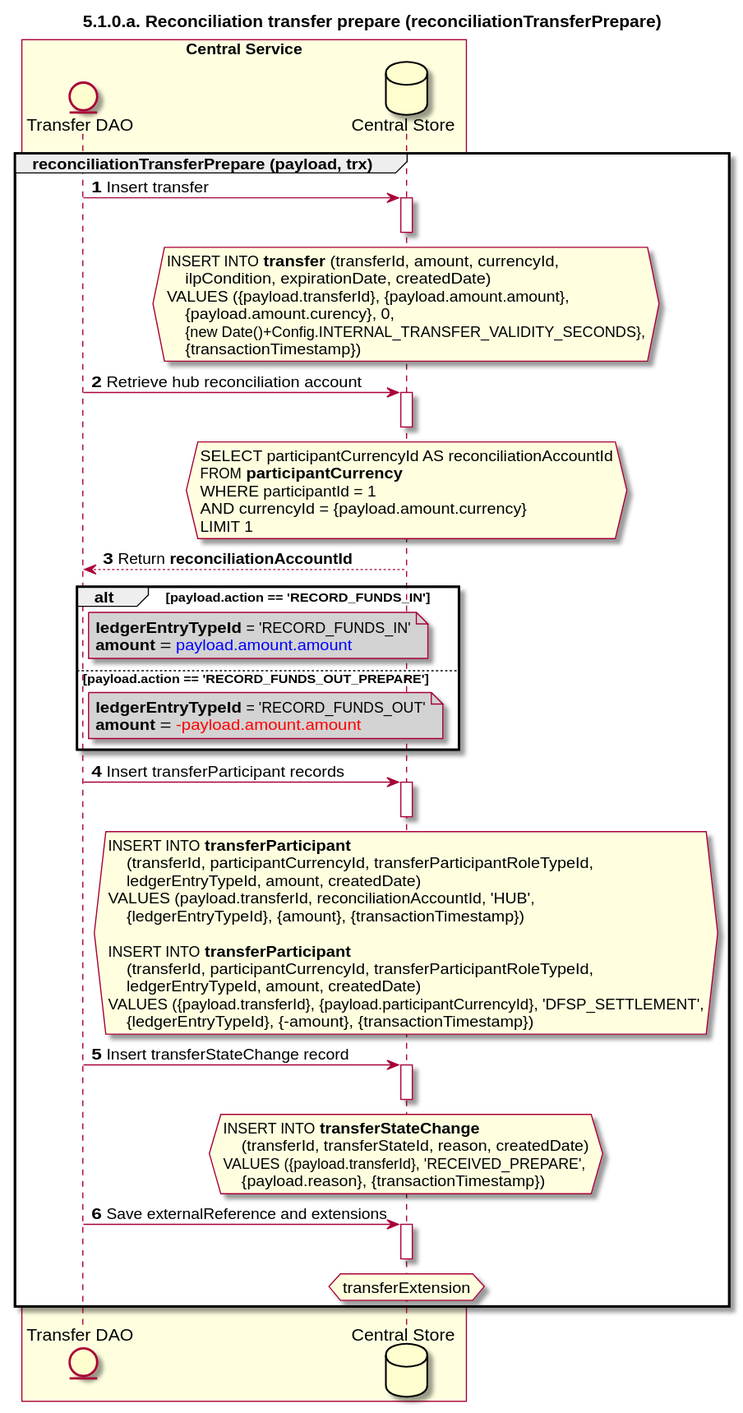
ggrg/docs keeps this PlantUML diagram as Diagrams/SequenceDiagrams/seq-recfunds-5.1.0.a-reconciliationTransferPrepare.svg. Above is the earlier version.
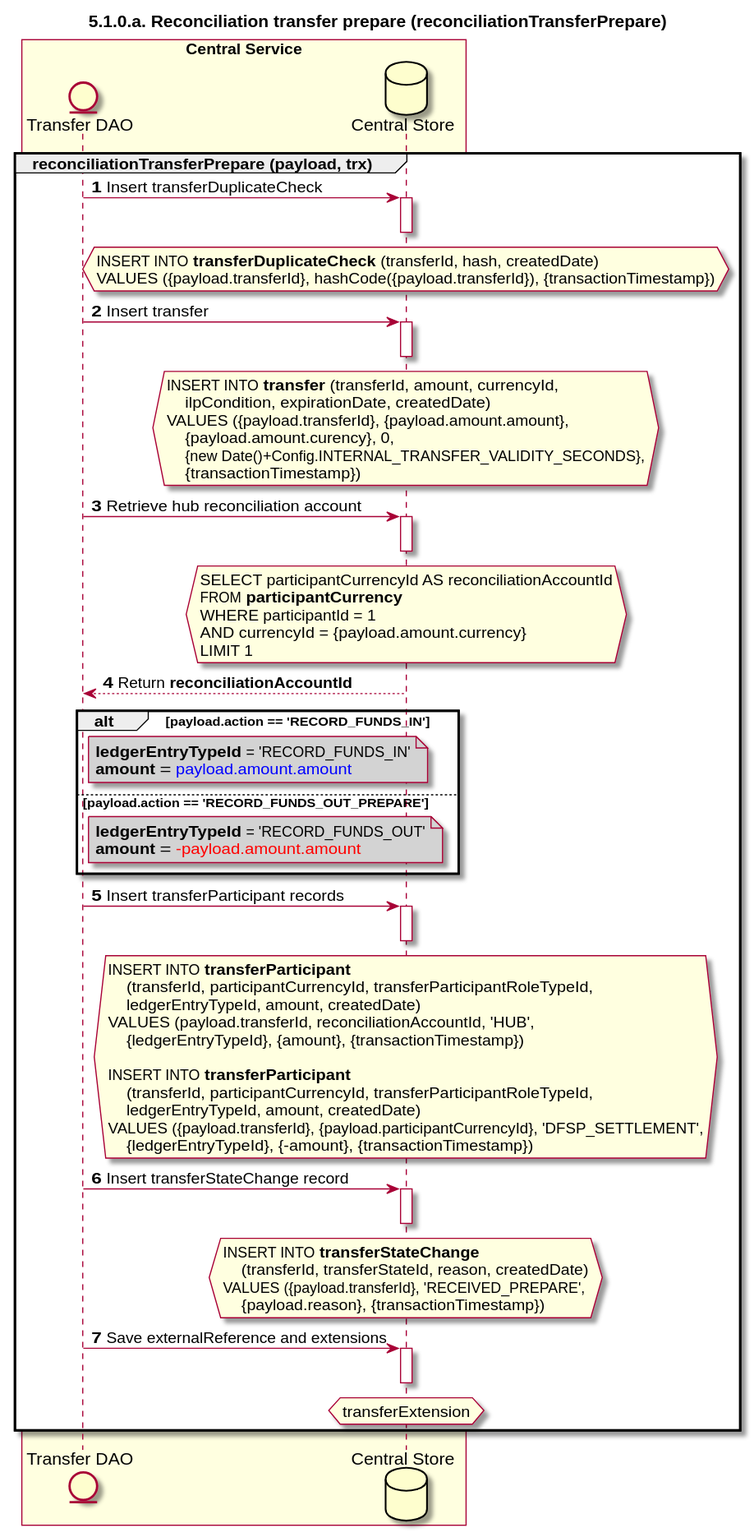
After the change.

What changed in the source:
```diff
@@ -13,6 +13,14 @@
 end box
 
 group reconciliationTransferPrepare (payload, trx)
+    TRANSFER_DAO -> DB: Insert transferDuplicateCheck
+    activate DB
+    deactivate DB
+    hnote over DB #lightyellow
+        INSERT INTO **transferDuplicateCheck** (transferId, hash, createdDate)
+        VALUES ({payload.transferId}, hashCode({payload.transferId}), {transactionTimestamp})
+    end hnote
+
     TRANSFER_DAO -> DB: Insert transfer
     activate DB
     deactivate DB
```
